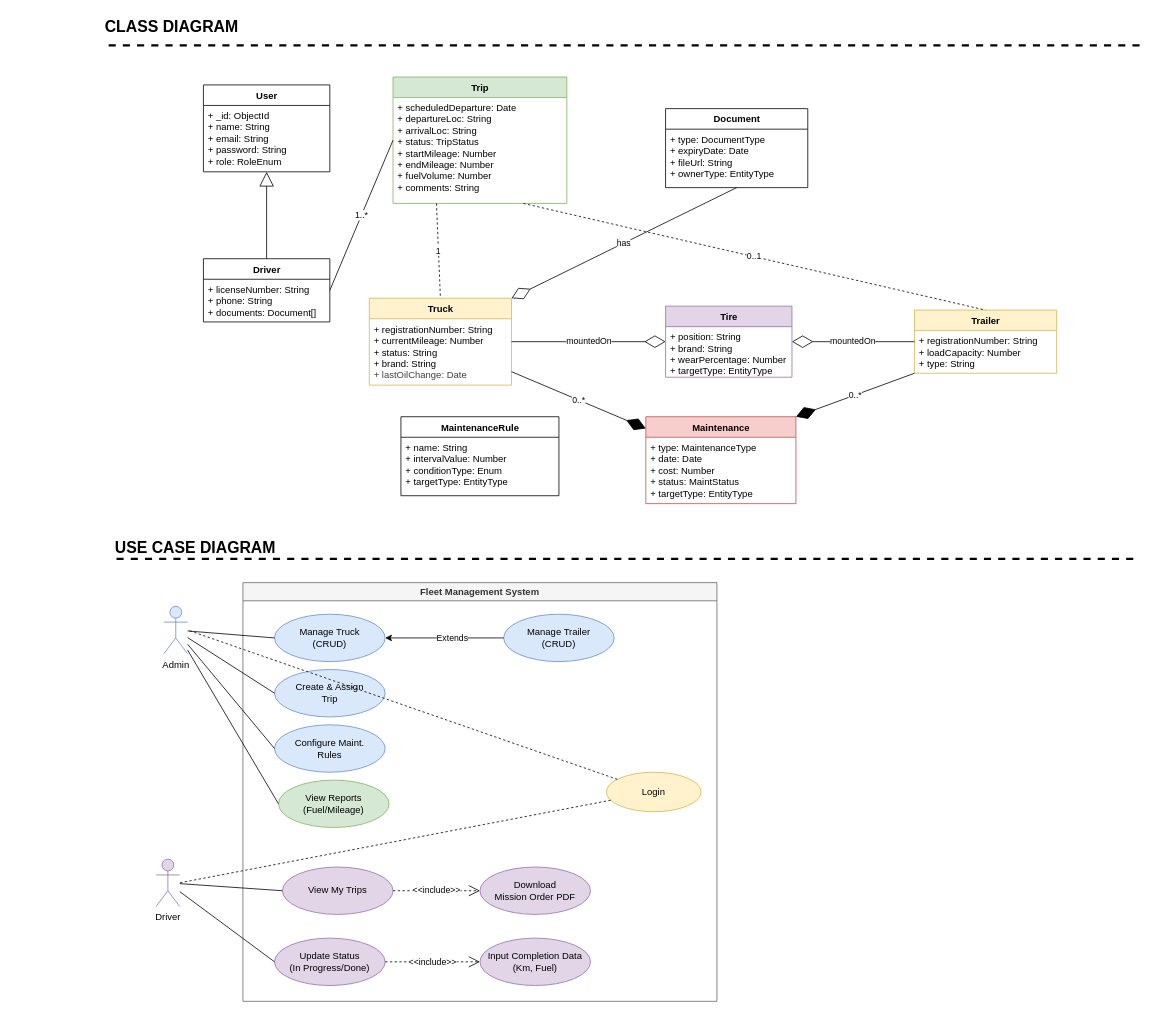
Before: OtherLivrables/conception UML/diagramsUML.drawio in Keltoummalouki/TruckFlow, a draw.io diagram. Source tidied: cells renumbered, new cells numbered last; positions are measured from the earlier drawing's top-left corner, leaving out a move shared by most shapes. Both pictures are drawn from the tidied source at 79%, with x=0, y=0 at pixel (13, 13).
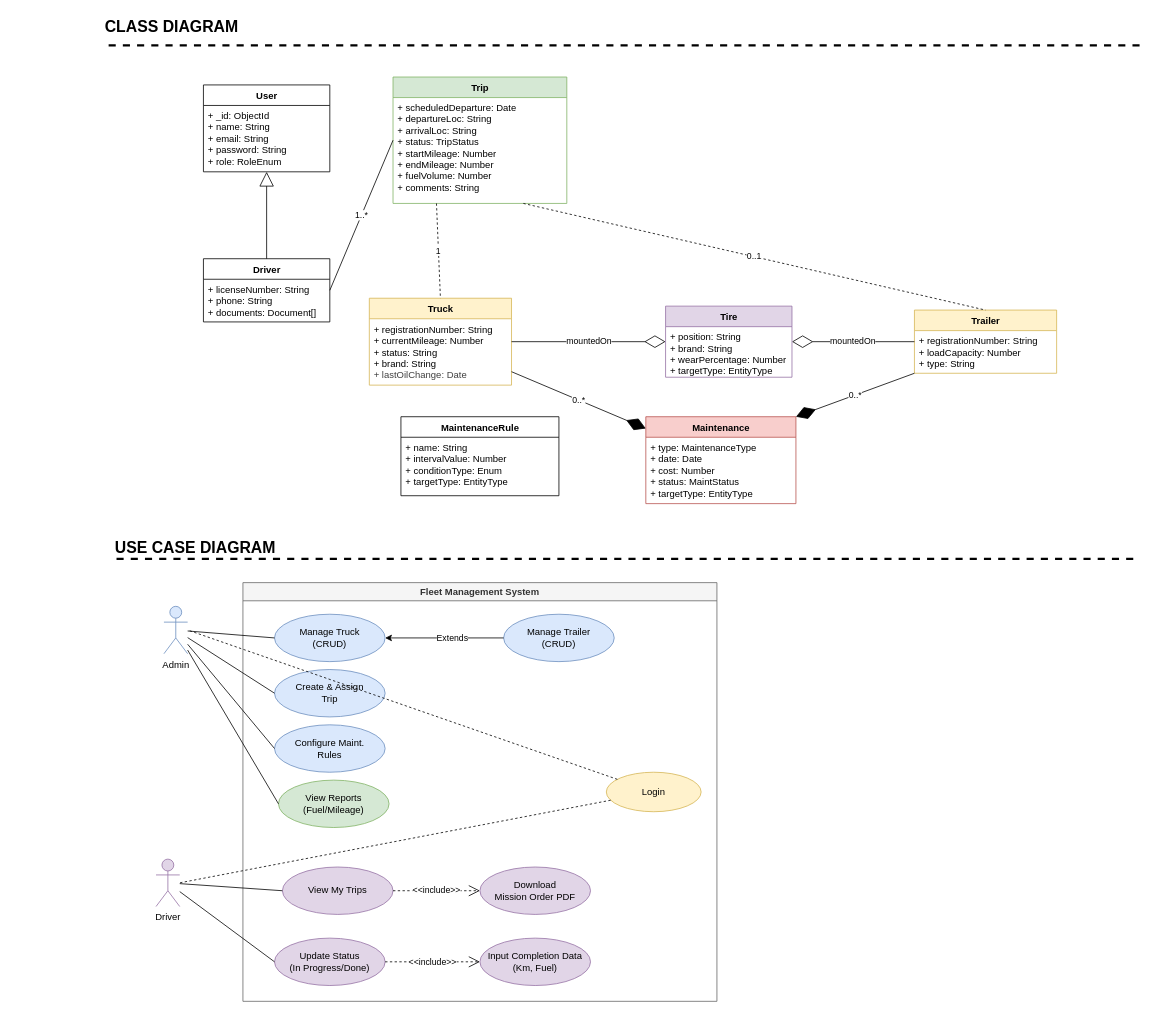
The same diagram, later.

The change refers to these unchanged cells:
```xml
<mxCell id="38" value="Truck" style="swimlane;fontStyle=1;align=center;verticalAlign=top;horizontal=1;startSize=26;html=1;fillColor=#fff2cc;strokeColor=#d6b656;" parent="1" vertex="1">
  <mxGeometry x="450" y="360" width="180" height="110" as="geometry" />
</mxCell>
```

What changed in the source:
```diff
@@
-    <mxCell id="46" value="Document" style="swimlane;fontStyle=1;align=center;verticalAlign=top;horizontal=1;startSize=26;html=1;" parent="1" vertex="1">
-      <mxGeometry x="825" y="120" width="180" height="100" as="geometry" />
-    </mxCell>
-    <mxCell id="47" value="+ type: DocumentType&#10;+ expiryDate: Date&#10;+ fileUrl: String&#10;+ ownerType: EntityType" style="text;strokeColor=none;fillColor=none;align=left;verticalAlign=top;spacingLeft=4;spacingRight=4;overflow=hidden;whiteSpace=wrap;html=1;" parent="46" vertex="1">
-      <mxGeometry y="26" width="180" height="74" as="geometry" />
-    </mxCell>
@@
-    <mxCell id="57" value="has" style="endArrow=diamondThin;endFill=0;endSize=24;html=1;rounded=0;exitX=0.5;exitY=1;exitDx=0;exitDy=0;entryX=1;entryY=0;entryDx=0;entryDy=0;" parent="1" edge="1" source="46" target="38">
-      <mxGeometry relative="1" as="geometry" />
-    </mxCell>
```
